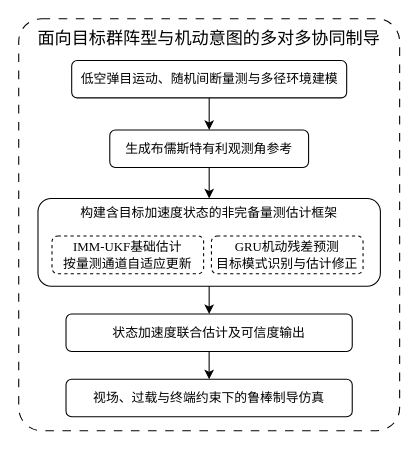
Earlier version of the draw.io diagram 面向目标群阵型与机动意图的多对多协同制导.drawio (master-fency/plot). Source tidied: cells renumbered, new cells numbered last; positions are measured from the earlier drawing's top-left corner, leaving out a move shared by most shapes. Both pictures are drawn from the tidied source at 107%, with x=0, y=0 at pixel (18, 18).
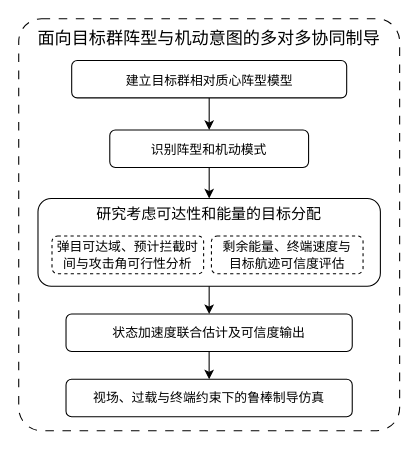
After the change.

Commit message (it also covers changes not shown here):
更新面向目标群阵型与机动意图的多对多协同制导.drawio

Diff of the diagram source:
```diff
@@
 <mxGraphModel>
   <root>
     <mxCell id="0" />
     <mxCell id="1" parent="0" />
     <mxCell id="2" value="&lt;span style=&quot;font-size: 12pt; line-height: 150%;&quot;&gt;&lt;font face=&quot;Times New Roman&quot;&gt;面向目标群阵型与机动意图的多对多协同制导&lt;/font&gt;&lt;/span&gt;" style="rounded=1;whiteSpace=wrap;html=1;roundedPerimeter=1;fontFamily=Times New Roman;verticalAlign=top;arcSize=6;strokeColor=default;dashed=1;dashPattern=8 8;" parent="1" vertex="1">
       <mxGeometry width="356" height="385" as="geometry" />
     </mxCell>
-    <mxCell id="3" value="&lt;font&gt;构建含目标加速度状态的非完备量测估计框架&lt;/font&gt;" style="rounded=1;whiteSpace=wrap;html=1;roundedPerimeter=1;fontFamily=Times New Roman;verticalAlign=top;" parent="1" vertex="1">
+    <mxCell id="3" value="&lt;span style=&quot;line-height: 150%;&quot;&gt;&lt;font style=&quot;font-size: 14px;&quot; face=&quot;Times New Roman&quot;&gt;研究考虑可达性和能量的目标分配&lt;/font&gt;&lt;/span&gt;" style="rounded=1;whiteSpace=wrap;html=1;roundedPerimeter=1;fontFamily=Times New Roman;verticalAlign=top;" parent="1" vertex="1">
       <mxGeometry x="18" y="168" width="320" height="82" as="geometry" />
     </mxCell>
     <mxCell id="4" style="edgeStyle=orthogonalEdgeStyle;rounded=0;jettySize=auto;html=1;exitX=0.5;exitY=1;exitDx=0;exitDy=0;entryX=0.5;entryY=0;entryDx=0;entryDy=0;fontFamily=Helvetica;fontSize=12;fontColor=default;defaultLabelBackgroundColor=page;" parent="1" edge="1" source="5" target="9">
       <mxGeometry relative="1" as="geometry" />
     </mxCell>
-    <mxCell id="5" value="&lt;font&gt;低空弹目运动、随机间断量测与多径环境建模&lt;/font&gt;" style="rounded=1;whiteSpace=wrap;html=1;roundedPerimeter=1;fontFamily=Times New Roman;" parent="1" vertex="1">
+    <mxCell id="5" value="&lt;span style=&quot;line-height: 150%;&quot;&gt;&lt;font&gt;建立目标群相对质心阵型模型&lt;/font&gt;&lt;/span&gt;" style="rounded=1;whiteSpace=wrap;html=1;roundedPerimeter=1;fontFamily=Times New Roman;" parent="1" vertex="1">
       <mxGeometry x="49.5" y="39" width="257" height="35" as="geometry" />
     </mxCell>
     <mxCell id="6" style="edgeStyle=orthogonalEdgeStyle;rounded=0;jettySize=auto;html=1;exitX=0.5;exitY=1;exitDx=0;exitDy=0;entryX=0.5;entryY=0;entryDx=0;entryDy=0;fontFamily=Helvetica;fontSize=12;fontColor=default;defaultLabelBackgroundColor=page;" parent="1" edge="1" source="7" target="10">
       <mxGeometry relative="1" as="geometry" />
     </mxCell>
     <mxCell id="7" value="&lt;font&gt;状态加速度联合估计及可信度输出&lt;/font&gt;" style="rounded=1;whiteSpace=wrap;html=1;roundedPerimeter=1;fontFamily=Times New Roman;" parent="1" vertex="1">
       <mxGeometry x="44.2" y="276" width="267.5" height="35" as="geometry" />
     </mxCell>
     <mxCell id="8" style="edgeStyle=orthogonalEdgeStyle;rounded=0;jettySize=auto;html=1;exitX=0.5;exitY=1;exitDx=0;exitDy=0;entryX=0.5;entryY=0;entryDx=0;entryDy=0;fontFamily=Helvetica;fontSize=12;fontColor=default;defaultLabelBackgroundColor=page;" parent="1" edge="1" source="9" target="3">
       <mxGeometry relative="1" as="geometry" />
     </mxCell>
-    <mxCell id="9" value="&lt;font&gt;生成布儒斯特有利观测角参考&lt;/font&gt;" style="rounded=1;whiteSpace=wrap;html=1;roundedPerimeter=1;fontFamily=Times New Roman;" parent="1" vertex="1">
+    <mxCell id="9" value="&lt;span style=&quot;line-height: 150%;&quot;&gt;&lt;font face=&quot;Times New Roman&quot;&gt;识别阵型和机动模式&lt;/font&gt;&lt;/span&gt;" style="rounded=1;whiteSpace=wrap;html=1;roundedPerimeter=1;fontFamily=Times New Roman;" parent="1" vertex="1">
       <mxGeometry x="85.1" y="104" width="185.8" height="35" as="geometry" />
     </mxCell>
     <mxCell id="10" value="&lt;font&gt;视场、过载与终端约束下的鲁棒制导仿真&lt;/font&gt;" style="rounded=1;whiteSpace=wrap;html=1;roundedPerimeter=1;fontFamily=Times New Roman;" parent="1" vertex="1">
       <mxGeometry x="44.2" y="337" width="267.5" height="35" as="geometry" />
     </mxCell>
     <mxCell id="11" style="edgeStyle=orthogonalEdgeStyle;rounded=0;jettySize=auto;html=1;exitX=0.5;exitY=1;exitDx=0;exitDy=0;entryX=0.5;entryY=0;entryDx=0;entryDy=0;fontFamily=Helvetica;fontSize=12;fontColor=default;defaultLabelBackgroundColor=page;" parent="1" edge="1" source="3" target="7">
       <mxGeometry relative="1" as="geometry" />
     </mxCell>
     <mxCell id="12" style="group;" parent="1" vertex="1">
       <mxGeometry x="31.1" y="203" width="290.7" height="35.4" as="geometry" />
     </mxCell>
-    <mxCell id="13" value="&lt;font&gt;IMM-UKF基础估计&lt;/font&gt;&lt;div&gt;&lt;font&gt;按量测通道自适应更新&lt;/font&gt;&lt;/div&gt;" style="rounded=1;whiteSpace=wrap;html=1;roundedPerimeter=1;fontFamily=Times New Roman;dashed=1;" parent="12" vertex="1">
+    <mxCell id="13" value="弹目可达域、预计拦截时间与攻击角可行性分析" style="rounded=1;whiteSpace=wrap;html=1;roundedPerimeter=1;fontFamily=Times New Roman;dashed=1;" parent="12" vertex="1">
       <mxGeometry width="141.7" height="35.4" as="geometry" />
     </mxCell>
-    <mxCell id="14" value="GRU机动残差预测&lt;div&gt;目标模式识别与估计修正&lt;/div&gt;" style="rounded=1;whiteSpace=wrap;html=1;roundedPerimeter=1;fontFamily=Times New Roman;dashed=1;" parent="12" vertex="1">
+    <mxCell id="14" value="剩余能量、终端速度与&lt;div&gt;目标航迹可信度评估&lt;/div&gt;" style="rounded=1;whiteSpace=wrap;html=1;roundedPerimeter=1;fontFamily=Times New Roman;dashed=1;" parent="12" vertex="1">
       <mxGeometry x="149" width="141.7" height="35.4" as="geometry" />
     </mxCell>
   </root>
 </mxGraphModel>
```
